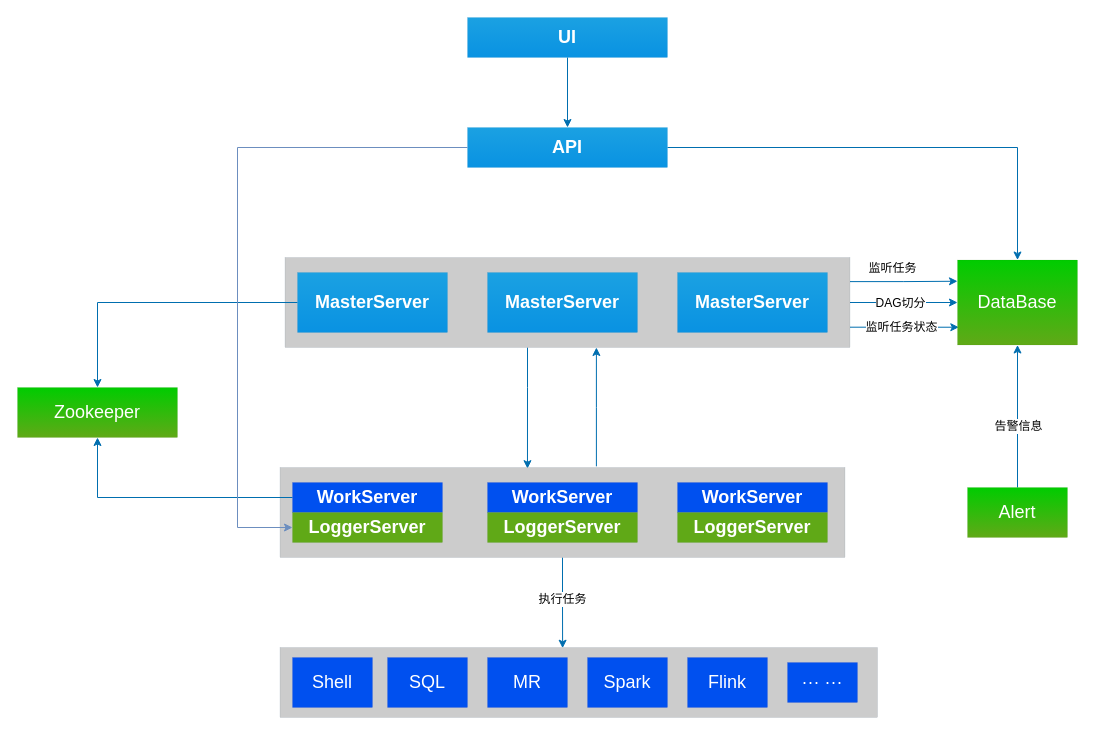
The draw.io diagram Untitled Diagram.drawio in starzy1990/diagrams, before the edit. Source tidied: cells renumbered, new cells numbered last; positions are measured from the earlier drawing's top-left corner, leaving out a move shared by most shapes. Both pictures are drawn from the tidied source at 100%, with x=0, y=0 at pixel (17, 17).
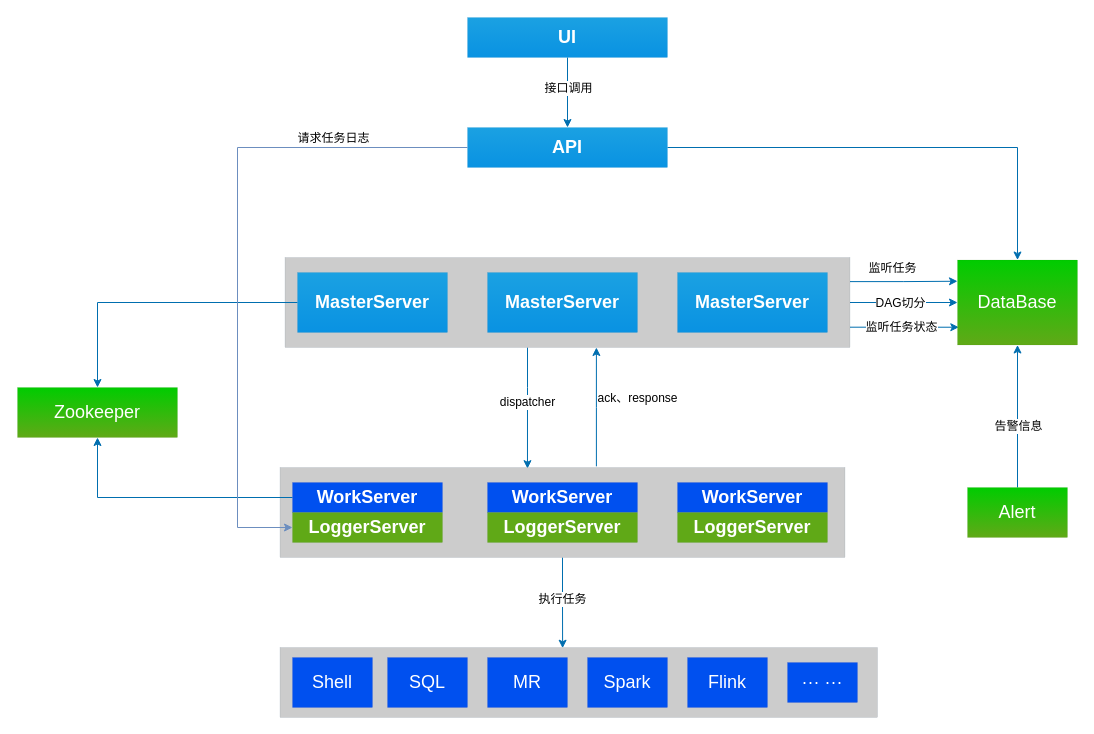
The same page after the edit.

The change refers to these unchanged cells:
```xml
<mxCell id="10" style="edgeStyle=orthogonalEdgeStyle;rounded=0;jettySize=auto;html=1;entryX=0.438;entryY=0.013;entryDx=0;entryDy=0;entryPerimeter=0;strokeWidth=1;fontSize=12;fillColor=#1ba1e2;strokeColor=#006EAF;" parent="1" edge="1" source="12" target="22">
  <mxGeometry relative="1" as="geometry">
    <Array as="points">
      <mxPoint x="510" y="370" />
      <mxPoint x="510" y="370" />
    </Array>
  </mxGeometry>
</mxCell>
<mxCell id="11" style="edgeStyle=orthogonalEdgeStyle;rounded=0;jettySize=auto;html=1;entryX=0.56;entryY=-0.013;entryDx=0;entryDy=0;strokeWidth=1;fontSize=12;entryPerimeter=0;startArrow=classic;startFill=1;endArrow=none;endFill=0;fillColor=#1ba1e2;strokeColor=#006EAF;" parent="1" edge="1" source="12" target="22">
  <mxGeometry relative="1" as="geometry">
    <Array as="points">
      <mxPoint x="579" y="390" />
    </Array>
  </mxGeometry>
</mxCell>
<mxCell id="13" style="edgeStyle=orthogonalEdgeStyle;rounded=0;jettySize=auto;html=1;fontSize=18;fillColor=#1ba1e2;strokeColor=#006EAF;strokeWidth=1;" parent="1" edge="1" source="14" target="3">
  <mxGeometry relative="1" as="geometry" />
</mxCell>
<mxCell id="41" style="edgeStyle=orthogonalEdgeStyle;rounded=0;jettySize=auto;html=1;entryX=0;entryY=0.5;entryDx=0;entryDy=0;strokeWidth=1;fontSize=18;fillColor=#dae8fc;strokeColor=#6c8ebf;" parent="1" edge="1" source="3" target="25">
  <mxGeometry relative="1" as="geometry">
    <Array as="points">
      <mxPoint x="220" y="130" />
      <mxPoint x="220" y="510" />
    </Array>
  </mxGeometry>
</mxCell>
```

Change to the diagram source:
```diff
@@
+    <mxCell id="42" value="dispatcher" style="edgeLabel;html=1;align=center;verticalAlign=middle;fontSize=12;" parent="10" vertex="1">
+      <mxGeometry x="-0.1" relative="1" as="geometry" />
+    </mxCell>
@@
+    <mxCell id="43" value="ack、response" style="edgeLabel;html=1;align=center;verticalAlign=middle;fontSize=12;" parent="11" vertex="1">
+      <mxGeometry x="0.04" relative="1" as="geometry">
+        <mxPoint x="41" y="-12" as="offset" />
+      </mxGeometry>
+    </mxCell>
@@
+    <mxCell id="44" value="接口调用" style="edgeLabel;html=1;align=center;verticalAlign=middle;fontSize=12;" parent="13" vertex="1">
+      <mxGeometry x="-0.13" relative="1" as="geometry" />
+    </mxCell>
@@
+    <mxCell id="45" value="请求任务日志" style="edgeLabel;html=1;align=center;verticalAlign=middle;fontSize=12;" parent="41" vertex="1">
+      <mxGeometry x="-0.59" y="-3" relative="1" as="geometry">
+        <mxPoint x="1" y="-7" as="offset" />
+      </mxGeometry>
+    </mxCell>
```
